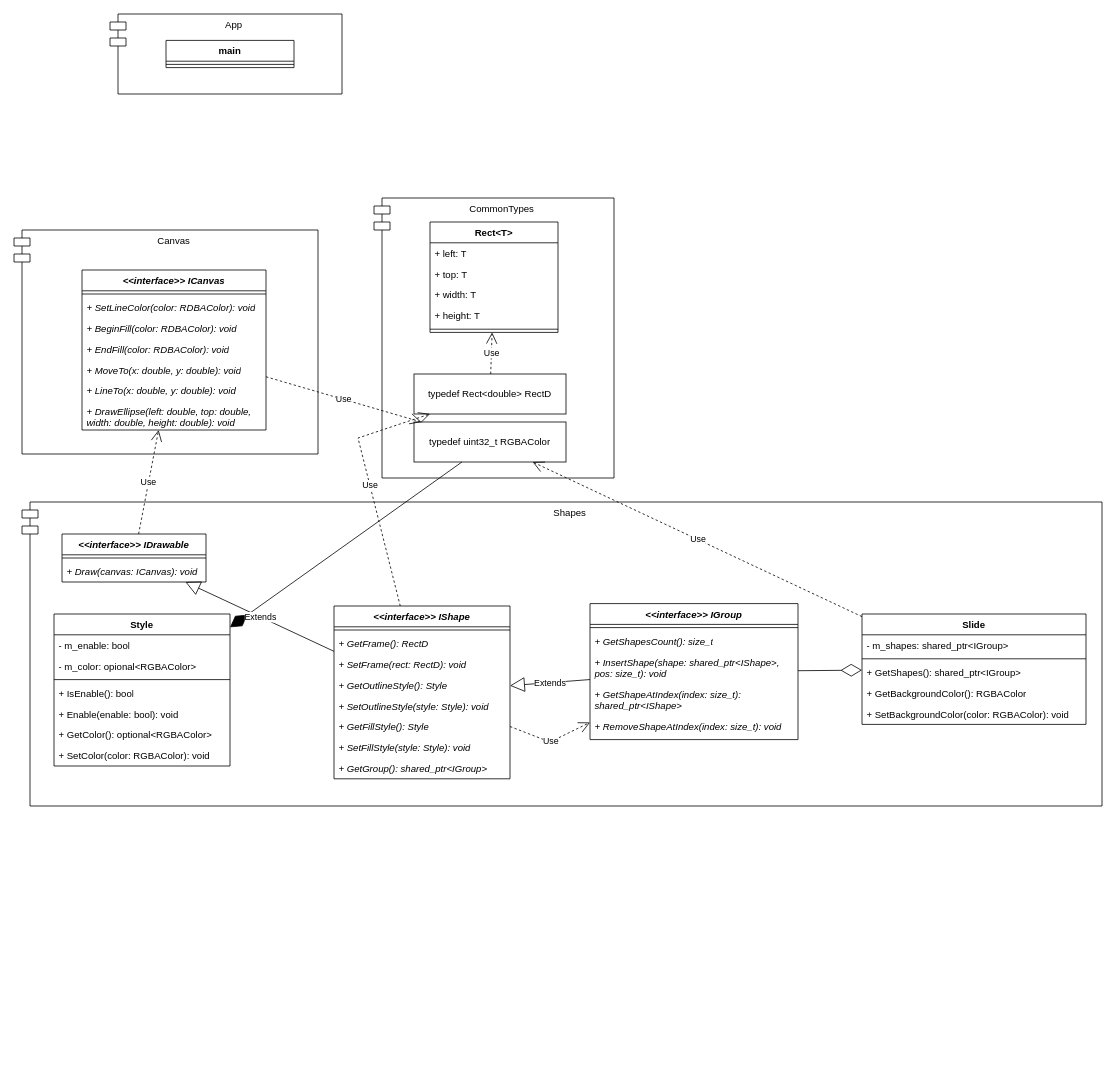
The draw.io diagram lw7/Composite.drawio in ProstP/OOD, before the edit. Source tidied: cells renumbered, new cells numbered last; positions are measured from the earlier drawing's top-left corner, leaving out a move shared by most shapes. Both pictures are drawn from the tidied source at 80%, with x=0, y=0 at pixel (14, 14).
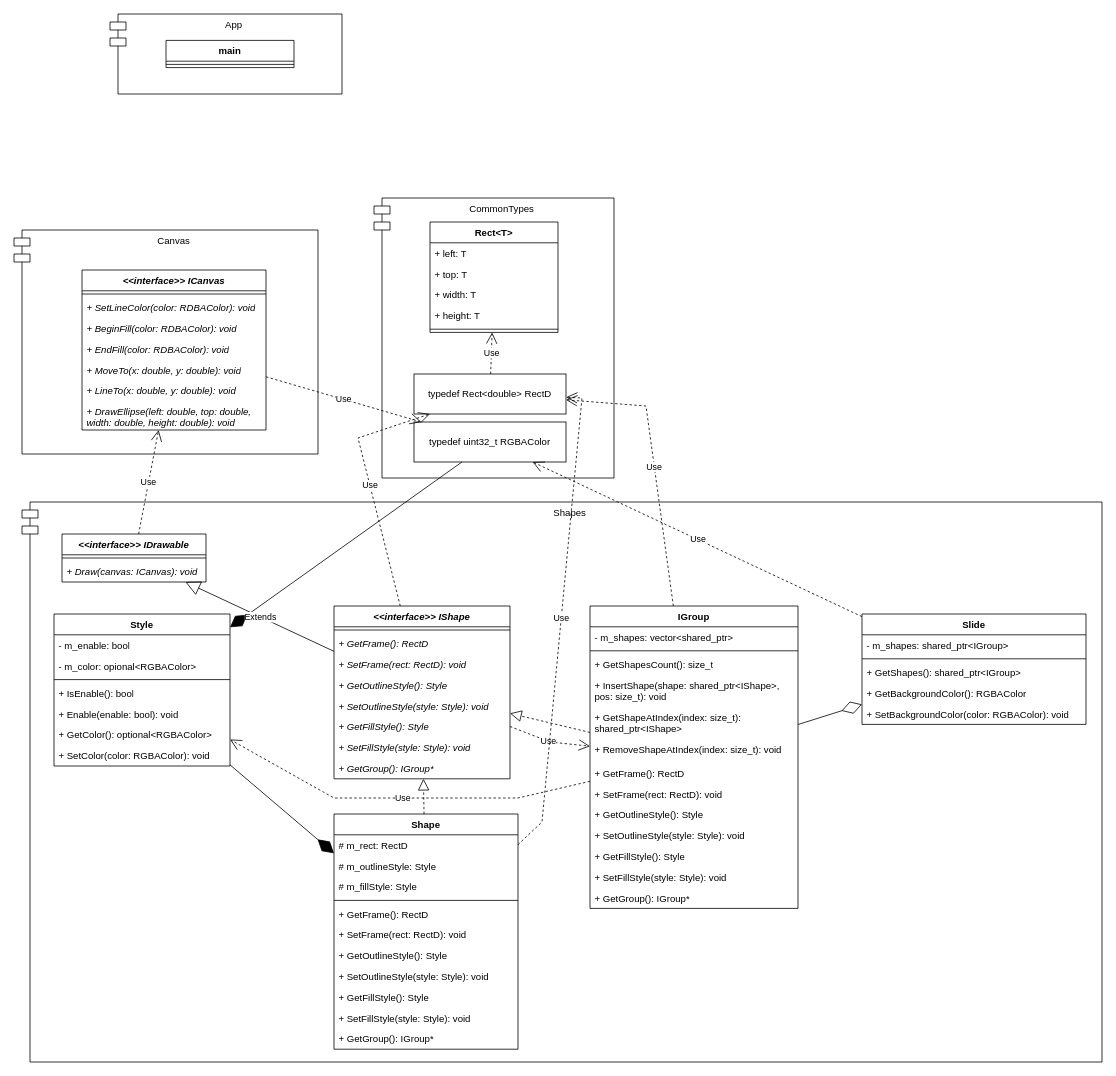
The same page after the edit.

Commit message:
Lw7 Дополнил диаграмму классов

The change refers to these unchanged cells:
```xml
<mxCell id="21" value="typedef Rect&amp;lt;double&amp;gt; RectD" style="html=1;whiteSpace=wrap;" parent="1" vertex="1">
  <mxGeometry x="500" y="450" width="190" height="50" as="geometry" />
</mxCell>
<mxCell id="30" value="Style" style="swimlane;fontStyle=1;align=center;verticalAlign=top;horizontal=1;startSize=26;whiteSpace=wrap;html=1;" parent="1" vertex="1">
  <mxGeometry x="50" y="750" width="220" height="190" as="geometry" />
</mxCell>
<mxCell id="39" value="&lt;i&gt;&amp;lt;&amp;lt;interface&amp;gt;&amp;gt; IShape&lt;/i&gt;" style="swimlane;fontStyle=1;align=center;verticalAlign=top;horizontal=1;startSize=26;whiteSpace=wrap;html=1;" parent="1" vertex="1">
  <mxGeometry x="400" y="740" width="220" height="216" as="geometry" />
</mxCell>
```

Change to the diagram source:
```diff
@@
     <mxCell id="25" value="Shapes" style="shape=module;align=left;spacingLeft=20;align=center;verticalAlign=top;whiteSpace=wrap;html=1;" parent="1" vertex="1">
-      <mxGeometry x="10" y="610" width="1350" height="380" as="geometry" />
+      <mxGeometry x="10" y="610" width="1350" height="700" as="geometry" />
     </mxCell>
@@
-    <mxCell id="47" value="&lt;i&gt;+ GetGroup(): shared_ptr&amp;lt;IGroup&amp;gt;&lt;/i&gt;" style="text;strokeColor=none;fillColor=none;align=left;verticalAlign=top;spacingLeft=4;spacingRight=4;overflow=hidden;whiteSpace=wrap;html=1;" parent="39" vertex="1">
+    <mxCell id="47" value="&lt;i&gt;+ GetGroup(): IGroup*&lt;/i&gt;" style="text;strokeColor=none;fillColor=none;align=left;verticalAlign=top;spacingLeft=4;spacingRight=4;overflow=hidden;whiteSpace=wrap;html=1;" parent="39" vertex="1">
       <mxGeometry y="190" width="220" height="26" as="geometry" />
     </mxCell>
@@
-    <mxCell id="50" value="&lt;i&gt;&amp;lt;&amp;lt;interface&amp;gt;&amp;gt; IGroup&lt;/i&gt;" style="swimlane;fontStyle=1;align=center;verticalAlign=top;horizontal=1;startSize=26;whiteSpace=wrap;html=1;" parent="1" vertex="1">
-      <mxGeometry x="720" y="737" width="260" height="170" as="geometry" />
+    <mxCell id="50" value="IGroup" style="swimlane;fontStyle=1;align=center;verticalAlign=top;horizontal=1;startSize=26;whiteSpace=wrap;html=1;" parent="1" vertex="1">
+      <mxGeometry x="720" y="740" width="260" height="378" as="geometry" />
     </mxCell>
+    <mxCell id="66" value="- m_shapes: vector&amp;lt;shared_ptr&amp;gt;" style="text;strokeColor=none;fillColor=none;align=left;verticalAlign=top;spacingLeft=4;spacingRight=4;overflow=hidden;whiteSpace=wrap;html=1;" parent="50" vertex="1">
+      <mxGeometry y="26" width="260" height="26" as="geometry" />
+    </mxCell>
     <mxCell id="51" style="line;strokeWidth=1;fillColor=none;align=left;verticalAlign=middle;spacingTop=-1;spacingLeft=3;spacingRight=3;labelPosition=right;strokeColor=inherit;" parent="50" vertex="1">
-      <mxGeometry y="26" width="260" height="8" as="geometry" />
+      <mxGeometry y="52" width="260" height="8" as="geometry" />
     </mxCell>
-    <mxCell id="52" value="&lt;i&gt;+ GetShapesCount(): size_t&lt;/i&gt;" style="text;strokeColor=none;fillColor=none;align=left;verticalAlign=top;spacingLeft=4;spacingRight=4;overflow=hidden;whiteSpace=wrap;html=1;" parent="50" vertex="1">
-      <mxGeometry y="34" width="260" height="26" as="geometry" />
+    <mxCell id="52" value="+ GetShapesCount(): size_t" style="text;strokeColor=none;fillColor=none;align=left;verticalAlign=top;spacingLeft=4;spacingRight=4;overflow=hidden;whiteSpace=wrap;html=1;" parent="50" vertex="1">
+      <mxGeometry y="60" width="260" height="26" as="geometry" />
     </mxCell>
-    <mxCell id="53" value="&lt;i&gt;+ InsertShape(shape: shared_ptr&amp;lt;IShape&amp;gt;, pos: size_t): void&lt;/i&gt;" style="text;strokeColor=none;fillColor=none;align=left;verticalAlign=top;spacingLeft=4;spacingRight=4;overflow=hidden;whiteSpace=wrap;html=1;" parent="50" vertex="1">
-      <mxGeometry y="60" width="260" height="40" as="geometry" />
+    <mxCell id="53" value="+ InsertShape(shape: shared_ptr&amp;lt;IShape&amp;gt;, pos: size_t): void" style="text;strokeColor=none;fillColor=none;align=left;verticalAlign=top;spacingLeft=4;spacingRight=4;overflow=hidden;whiteSpace=wrap;html=1;" parent="50" vertex="1">
+      <mxGeometry y="86" width="260" height="40" as="geometry" />
     </mxCell>
-    <mxCell id="54" value="&lt;i&gt;+ GetShapeAtIndex(index: size_t): shared_ptr&amp;lt;IShape&amp;gt;&lt;/i&gt;" style="text;strokeColor=none;fillColor=none;align=left;verticalAlign=top;spacingLeft=4;spacingRight=4;overflow=hidden;whiteSpace=wrap;html=1;" parent="50" vertex="1">
-      <mxGeometry y="100" width="260" height="40" as="geometry" />
+    <mxCell id="54" value="+ GetShapeAtIndex(index: size_t): shared_ptr&amp;lt;IShape&amp;gt;" style="text;strokeColor=none;fillColor=none;align=left;verticalAlign=top;spacingLeft=4;spacingRight=4;overflow=hidden;whiteSpace=wrap;html=1;" parent="50" vertex="1">
+      <mxGeometry y="126" width="260" height="40" as="geometry" />
     </mxCell>
-    <mxCell id="55" value="&lt;i&gt;+ RemoveShapeAtIndex(index: size_t): void&lt;/i&gt;" style="text;strokeColor=none;fillColor=none;align=left;verticalAlign=top;spacingLeft=4;spacingRight=4;overflow=hidden;whiteSpace=wrap;html=1;" parent="50" vertex="1">
-      <mxGeometry y="140" width="260" height="30" as="geometry" />
+    <mxCell id="55" value="+ RemoveShapeAtIndex(index: size_t): void" style="text;strokeColor=none;fillColor=none;align=left;verticalAlign=top;spacingLeft=4;spacingRight=4;overflow=hidden;whiteSpace=wrap;html=1;" parent="50" vertex="1">
+      <mxGeometry y="166" width="260" height="30" as="geometry" />
     </mxCell>
-    <mxCell id="56" value="Extends" style="endArrow=block;endSize=16;endFill=0;html=1;rounded=0;" parent="1" edge="1" source="50" target="39">
-      <mxGeometry relative="1" as="geometry" />
-    </mxCell>
+    <mxCell id="67" value="+ GetFrame(): RectD" style="text;strokeColor=none;fillColor=none;align=left;verticalAlign=top;spacingLeft=4;spacingRight=4;overflow=hidden;whiteSpace=wrap;html=1;" parent="50" vertex="1">
+      <mxGeometry y="196" width="260" height="26" as="geometry" />
+    </mxCell>
+    <mxCell id="68" value="+ SetFrame(rect: RectD): void" style="text;strokeColor=none;fillColor=none;align=left;verticalAlign=top;spacingLeft=4;spacingRight=4;overflow=hidden;whiteSpace=wrap;html=1;" parent="50" vertex="1">
+      <mxGeometry y="222" width="260" height="26" as="geometry" />
+    </mxCell>
+    <mxCell id="69" value="+ GetOutlineStyle(): Style" style="text;strokeColor=none;fillColor=none;align=left;verticalAlign=top;spacingLeft=4;spacingRight=4;overflow=hidden;whiteSpace=wrap;html=1;" parent="50" vertex="1">
+      <mxGeometry y="248" width="260" height="26" as="geometry" />
+    </mxCell>
+    <mxCell id="70" value="+ SetOutlineStyle(style: Style): void" style="text;strokeColor=none;fillColor=none;align=left;verticalAlign=top;spacingLeft=4;spacingRight=4;overflow=hidden;whiteSpace=wrap;html=1;" parent="50" vertex="1">
+      <mxGeometry y="274" width="260" height="26" as="geometry" />
+    </mxCell>
+    <mxCell id="71" value="+ GetFillStyle(): Style" style="text;strokeColor=none;fillColor=none;align=left;verticalAlign=top;spacingLeft=4;spacingRight=4;overflow=hidden;whiteSpace=wrap;html=1;" parent="50" vertex="1">
+      <mxGeometry y="300" width="260" height="26" as="geometry" />
+    </mxCell>
+    <mxCell id="72" value="+ SetFillStyle(style: Style): void" style="text;strokeColor=none;fillColor=none;align=left;verticalAlign=top;spacingLeft=4;spacingRight=4;overflow=hidden;whiteSpace=wrap;html=1;" parent="50" vertex="1">
+      <mxGeometry y="326" width="260" height="26" as="geometry" />
+    </mxCell>
+    <mxCell id="73" value="+ GetGroup(): IGroup*" style="text;strokeColor=none;fillColor=none;align=left;verticalAlign=top;spacingLeft=4;spacingRight=4;overflow=hidden;whiteSpace=wrap;html=1;" parent="50" vertex="1">
+      <mxGeometry y="352" width="260" height="26" as="geometry" />
+    </mxCell>
@@
+    <mxCell id="74" value="Shape" style="swimlane;fontStyle=1;align=center;verticalAlign=top;horizontal=1;startSize=26;whiteSpace=wrap;html=1;" parent="1" vertex="1">
+      <mxGeometry x="400" y="1000" width="230" height="294" as="geometry" />
+    </mxCell>
+    <mxCell id="75" value="# m_rect: RectD" style="text;strokeColor=none;fillColor=none;align=left;verticalAlign=top;spacingLeft=4;spacingRight=4;overflow=hidden;whiteSpace=wrap;html=1;" parent="74" vertex="1">
+      <mxGeometry y="26" width="230" height="26" as="geometry" />
+    </mxCell>
+    <mxCell id="76" value="# m_outlineStyle: Style" style="text;strokeColor=none;fillColor=none;align=left;verticalAlign=top;spacingLeft=4;spacingRight=4;overflow=hidden;whiteSpace=wrap;html=1;" parent="74" vertex="1">
+      <mxGeometry y="52" width="230" height="26" as="geometry" />
+    </mxCell>
+    <mxCell id="77" value="# m_fillStyle: Style" style="text;strokeColor=none;fillColor=none;align=left;verticalAlign=top;spacingLeft=4;spacingRight=4;overflow=hidden;whiteSpace=wrap;html=1;" parent="74" vertex="1">
+      <mxGeometry y="78" width="230" height="26" as="geometry" />
+    </mxCell>
+    <mxCell id="78" style="line;strokeWidth=1;fillColor=none;align=left;verticalAlign=middle;spacingTop=-1;spacingLeft=3;spacingRight=3;labelPosition=right;strokeColor=inherit;" parent="74" vertex="1">
+      <mxGeometry y="104" width="230" height="8" as="geometry" />
+    </mxCell>
+    <mxCell id="79" value="+ GetFrame(): RectD" style="text;strokeColor=none;fillColor=none;align=left;verticalAlign=top;spacingLeft=4;spacingRight=4;overflow=hidden;whiteSpace=wrap;html=1;" parent="74" vertex="1">
+      <mxGeometry y="112" width="230" height="26" as="geometry" />
+    </mxCell>
+    <mxCell id="80" value="+ SetFrame(rect: RectD): void" style="text;strokeColor=none;fillColor=none;align=left;verticalAlign=top;spacingLeft=4;spacingRight=4;overflow=hidden;whiteSpace=wrap;html=1;" parent="74" vertex="1">
+      <mxGeometry y="138" width="230" height="26" as="geometry" />
+    </mxCell>
+    <mxCell id="81" value="+ GetOutlineStyle(): Style" style="text;strokeColor=none;fillColor=none;align=left;verticalAlign=top;spacingLeft=4;spacingRight=4;overflow=hidden;whiteSpace=wrap;html=1;" parent="74" vertex="1">
+      <mxGeometry y="164" width="230" height="26" as="geometry" />
+    </mxCell>
+    <mxCell id="82" value="+ SetOutlineStyle(style: Style): void" style="text;strokeColor=none;fillColor=none;align=left;verticalAlign=top;spacingLeft=4;spacingRight=4;overflow=hidden;whiteSpace=wrap;html=1;" parent="74" vertex="1">
+      <mxGeometry y="190" width="230" height="26" as="geometry" />
+    </mxCell>
+    <mxCell id="83" value="+ GetFillStyle(): Style" style="text;strokeColor=none;fillColor=none;align=left;verticalAlign=top;spacingLeft=4;spacingRight=4;overflow=hidden;whiteSpace=wrap;html=1;" parent="74" vertex="1">
+      <mxGeometry y="216" width="230" height="26" as="geometry" />
+    </mxCell>
+    <mxCell id="84" value="+ SetFillStyle(style: Style): void" style="text;strokeColor=none;fillColor=none;align=left;verticalAlign=top;spacingLeft=4;spacingRight=4;overflow=hidden;whiteSpace=wrap;html=1;" parent="74" vertex="1">
+      <mxGeometry y="242" width="230" height="26" as="geometry" />
+    </mxCell>
+    <mxCell id="85" value="+ GetGroup(): IGroup*" style="text;strokeColor=none;fillColor=none;align=left;verticalAlign=top;spacingLeft=4;spacingRight=4;overflow=hidden;whiteSpace=wrap;html=1;" parent="74" vertex="1">
+      <mxGeometry y="268" width="230" height="26" as="geometry" />
+    </mxCell>
+    <mxCell id="86" style="endArrow=block;dashed=1;endFill=0;endSize=12;html=1;rounded=0;" parent="1" edge="1" source="74" target="39">
+      <mxGeometry relative="1" as="geometry" />
+    </mxCell>
+    <mxCell id="56" style="endArrow=block;dashed=1;endFill=0;endSize=12;html=1;rounded=0;" parent="1" edge="1" source="50" target="39">
+      <mxGeometry relative="1" as="geometry" />
+    </mxCell>
+    <mxCell id="87" style="endArrow=diamondThin;endFill=1;endSize=24;html=1;rounded=0;" parent="1" edge="1" source="30" target="74">
+      <mxGeometry relative="1" as="geometry" />
+    </mxCell>
+    <mxCell id="88" value="Use" style="endArrow=open;endSize=12;dashed=1;html=1;rounded=0;" parent="1" edge="1" source="50" target="30">
+      <mxGeometry relative="1" as="geometry">
+        <Array as="points">
+          <mxPoint x="630" y="980" />
+          <mxPoint x="400" y="980" />
+        </Array>
+      </mxGeometry>
+    </mxCell>
+    <mxCell id="89" value="Use" style="endArrow=open;endSize=12;dashed=1;html=1;rounded=0;" parent="1" edge="1" source="74" target="21">
+      <mxGeometry relative="1" as="geometry">
+        <Array as="points">
+          <mxPoint x="660" y="1010" />
+          <mxPoint x="710" y="480" />
+        </Array>
+      </mxGeometry>
+    </mxCell>
+    <mxCell id="90" value="Use" style="endArrow=open;endSize=12;dashed=1;html=1;rounded=0;" parent="1" edge="1" source="50" target="21">
+      <mxGeometry relative="1" as="geometry">
+        <Array as="points">
+          <mxPoint x="790" y="490" />
+        </Array>
+      </mxGeometry>
+    </mxCell>
```
